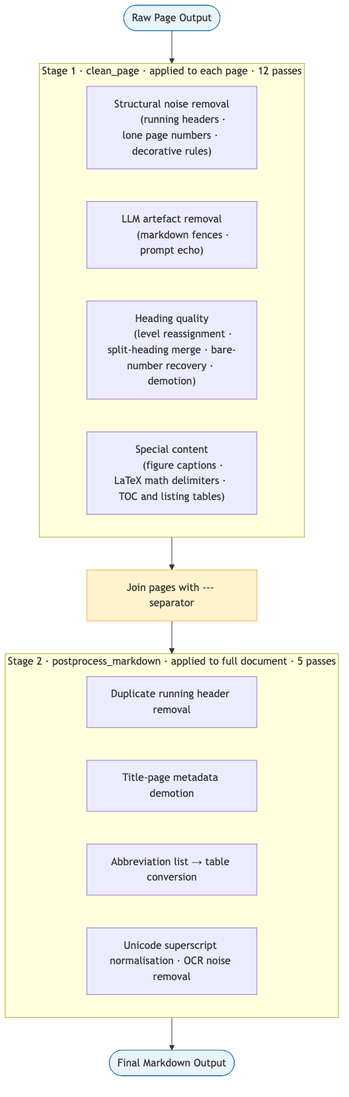
Before: Thesis_Paper/diagrams/postprocessing.png, a diagram exported from Mermaid (noormartini/pdf2md). Its source is kept beside it as Thesis_Paper/diagrams/postprocessing.mmd. Source of this version:
```mermaid
flowchart TD
    A([Raw Page Output]) --> B

    subgraph B[" Stage 1 · clean_page · applied to each page · 12 passes "]
        B1["Structural noise removal
        (running headers · lone page numbers · decorative rules)"]
        B2["LLM artefact removal
        (markdown fences · prompt echo)"]
        B3["Heading quality
        (level reassignment · split-heading merge · bare-number recovery · demotion)"]
        B4["Special content
        (figure captions · LaTeX math delimiters · TOC and listing tables)"]
    end

    B --> C[Join pages with --- separator]
    C --> D

    subgraph D[" Stage 2 · postprocess_markdown · applied to full document · 5 passes "]
        D1["Duplicate running header removal"]
        D2["Title-page metadata demotion"]
        D3["Abbreviation list → table conversion"]
        D4["Unicode superscript normalisation · OCR noise removal"]
    end

    D --> E([Final Markdown Output])

    style A fill:#e8f4f8,stroke:#2c7bb6
    style E fill:#e8f4f8,stroke:#2c7bb6
    style C fill:#fff3cd,stroke:#f0ad4e
```
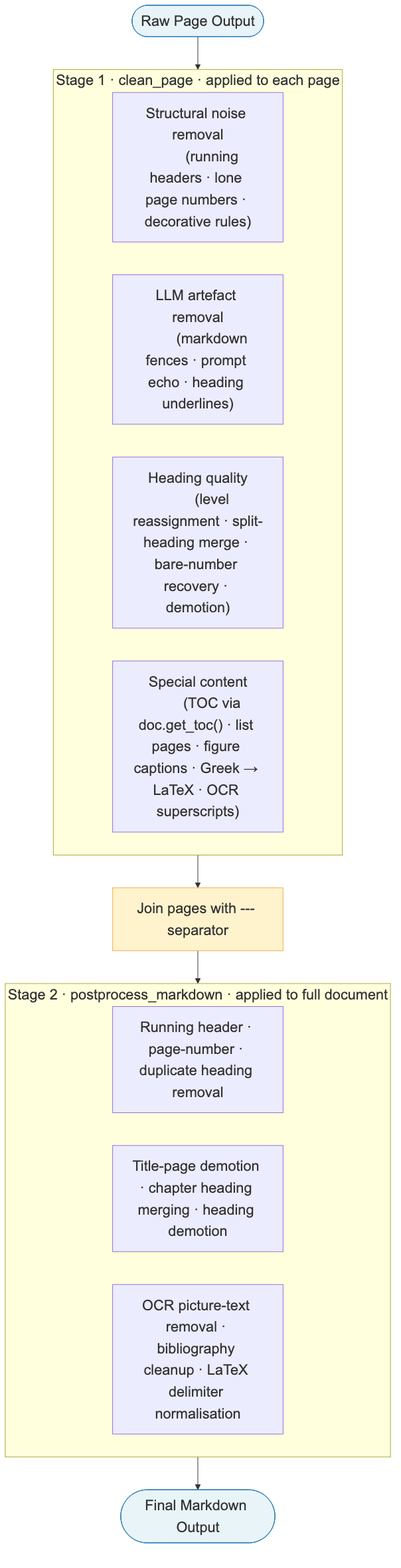
After the commit.

Commit message:
Apply professor feedback for Chapter 5: figures, postprocessing, confidence scores

Diff of the diagram source:
```diff
@@ -1,25 +1,25 @@
+%%{init: {'theme': 'default', 'themeVariables': {'fontSize': '22px', 'fontFamily': 'arial'}}}%%
 flowchart TD
     A([Raw Page Output]) --> B
 
-    subgraph B[" Stage 1 · clean_page · applied to each page · 12 passes "]
+    subgraph B[" Stage 1 · clean_page · applied to each page "]
         B1["Structural noise removal
         (running headers · lone page numbers · decorative rules)"]
         B2["LLM artefact removal
-        (markdown fences · prompt echo)"]
+        (markdown fences · prompt echo · heading underlines)"]
         B3["Heading quality
         (level reassignment · split-heading merge · bare-number recovery · demotion)"]
         B4["Special content
-        (figure captions · LaTeX math delimiters · TOC and listing tables)"]
+        (TOC via doc.get_toc() · list pages · figure captions · Greek → LaTeX · OCR superscripts)"]
     end
 
     B --> C[Join pages with --- separator]
     C --> D
 
-    subgraph D[" Stage 2 · postprocess_markdown · applied to full document · 5 passes "]
-        D1["Duplicate running header removal"]
-        D2["Title-page metadata demotion"]
-        D3["Abbreviation list → table conversion"]
-        D4["Unicode superscript normalisation · OCR noise removal"]
+    subgraph D[" Stage 2 · postprocess_markdown · applied to full document "]
+        D1["Running header · page-number · duplicate heading removal"]
+        D2["Title-page demotion · chapter heading merging · heading demotion"]
+        D3["OCR picture-text removal · bibliography cleanup · LaTeX delimiter normalisation"]
     end
 
     D --> E([Final Markdown Output])
```
